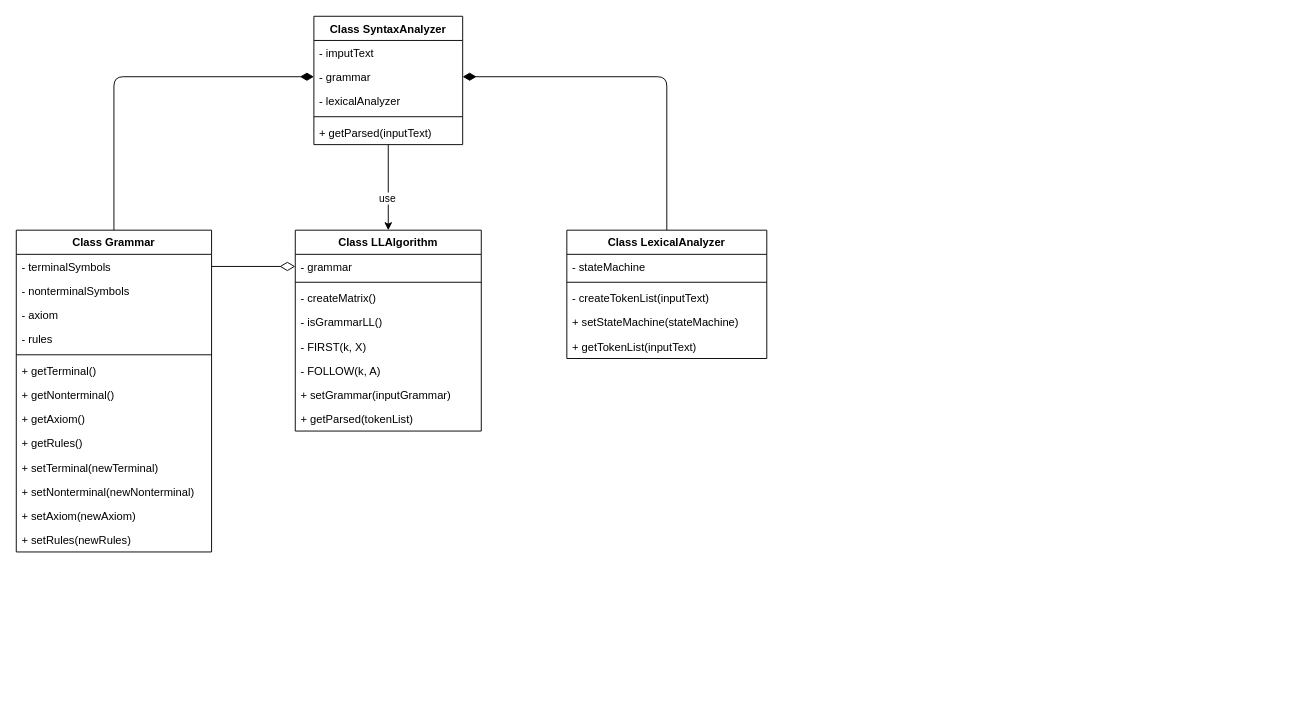
Earlier version of the draw.io diagram OOP.drawio (DieNice/CourseTranslator). Source tidied: cells renumbered, new cells numbered last; positions are measured from the earlier drawing's top-left corner, leaving out a move shared by most shapes. Both pictures are drawn from the tidied source at 93%, with x=0, y=0 at pixel (16, 16).
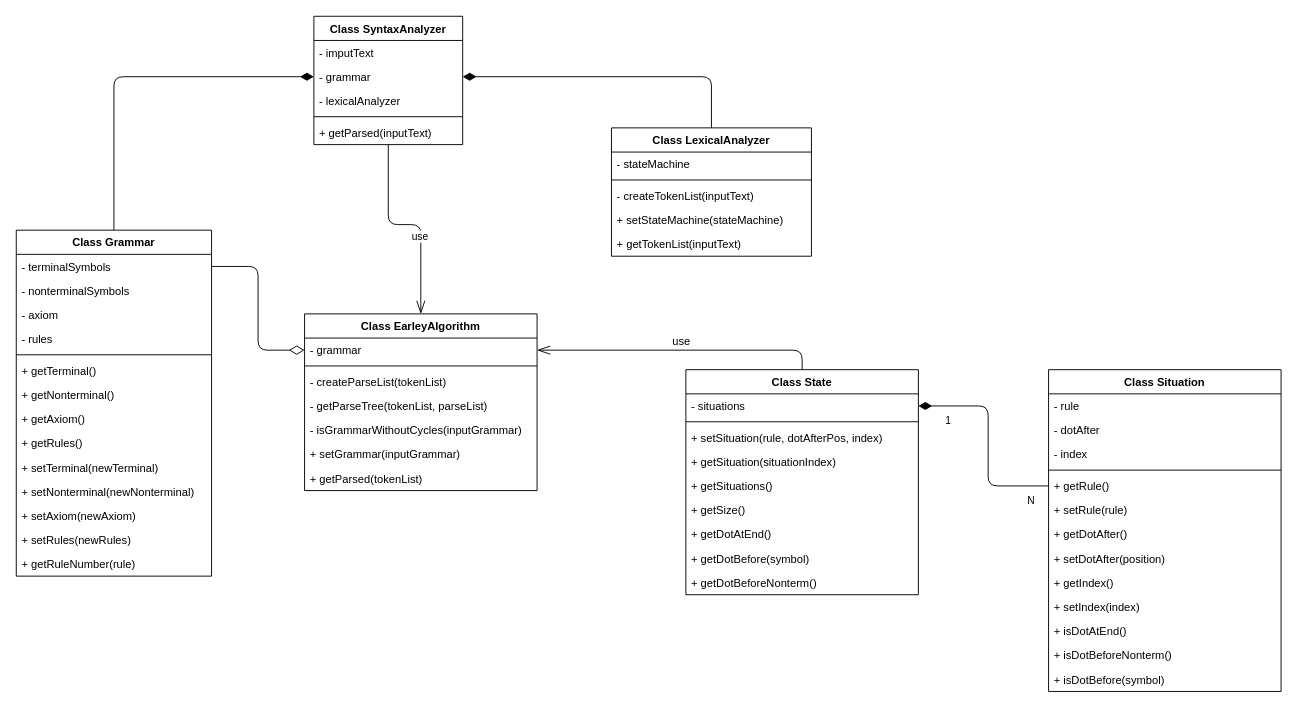
The same page after the edit.

Unchanged cells that the change refers to:
```xml
<mxCell id="34" value="Class SyntaxAnalyzer" style="swimlane;fontStyle=1;align=center;verticalAlign=top;horizontal=1;startSize=26;" parent="1" vertex="1">
  <mxGeometry x="320" width="160" height="138" as="geometry" />
</mxCell>
```

What changed in the source:
```diff
@@
     <mxCell id="3" value="Class Grammar" style="swimlane;fontStyle=1;align=center;verticalAlign=top;horizontal=1;startSize=26;" parent="1" vertex="1">
-      <mxGeometry y="230" width="210" height="346" as="geometry" />
+      <mxGeometry y="230" width="210" height="372" as="geometry" />
     </mxCell>
@@
-    <mxCell id="17" value="Class LLAlgorithm" style="swimlane;fontStyle=1;align=center;verticalAlign=top;horizontal=1;startSize=26;" parent="1" vertex="1">
-      <mxGeometry x="300" y="230" width="200" height="216" as="geometry" />
-    </mxCell>
-    <mxCell id="18" value="- grammar" style="text;strokeColor=none;fillColor=none;align=left;verticalAlign=top;spacingLeft=4;spacingRight=4;overflow=hidden;points=[[0,0.5],[1,0.5]];portConstraint=eastwest;" parent="17" vertex="1">
-      <mxGeometry y="26" width="200" height="26" as="geometry" />
-    </mxCell>
-    <mxCell id="19" style="line;strokeWidth=1;fillColor=none;align=left;verticalAlign=middle;spacingTop=-1;spacingLeft=3;spacingRight=3;labelPosition=right;" parent="17" vertex="1">
-      <mxGeometry y="52" width="200" height="8" as="geometry" />
-    </mxCell>
-    <mxCell id="20" value="- createMatrix()" style="text;strokeColor=none;fillColor=none;align=left;verticalAlign=top;spacingLeft=4;spacingRight=4;overflow=hidden;" parent="17" vertex="1">
-      <mxGeometry y="60" width="200" height="26" as="geometry" />
-    </mxCell>
-    <mxCell id="21" value="- isGrammarLL()" style="text;strokeColor=none;fillColor=none;align=left;verticalAlign=top;spacingLeft=4;spacingRight=4;overflow=hidden;" parent="17" vertex="1">
-      <mxGeometry y="86" width="200" height="26" as="geometry" />
-    </mxCell>
-    <mxCell id="22" value="- FIRST(k, X)" style="text;strokeColor=none;fillColor=none;align=left;verticalAlign=top;spacingLeft=4;spacingRight=4;overflow=hidden;" parent="17" vertex="1">
-      <mxGeometry y="112" width="200" height="26" as="geometry" />
-    </mxCell>
-    <mxCell id="23" value="- FOLLOW(k, A)" style="text;strokeColor=none;fillColor=none;align=left;verticalAlign=top;spacingLeft=4;spacingRight=4;overflow=hidden;" parent="17" vertex="1">
-      <mxGeometry y="138" width="200" height="26" as="geometry" />
-    </mxCell>
-    <mxCell id="24" value="+ setGrammar(inputGrammar)" style="text;strokeColor=none;fillColor=none;align=left;verticalAlign=top;spacingLeft=4;spacingRight=4;overflow=hidden;" parent="17" vertex="1">
-      <mxGeometry y="164" width="200" height="26" as="geometry" />
-    </mxCell>
-    <mxCell id="25" value="+ getParsed(tokenList)" style="text;strokeColor=none;fillColor=none;align=left;verticalAlign=top;spacingLeft=4;spacingRight=4;overflow=hidden;" parent="17" vertex="1">
-      <mxGeometry y="190" width="200" height="26" as="geometry" />
-    </mxCell>
-    <mxCell id="26" value="Class LexicalAnalyzer" style="swimlane;fontStyle=1;align=center;verticalAlign=top;horizontal=1;startSize=26;" parent="1" vertex="1">
-      <mxGeometry x="592" y="230" width="215" height="138" as="geometry" />
-    </mxCell>
-    <mxCell id="27" value="- stateMachine" style="text;strokeColor=none;fillColor=none;align=left;verticalAlign=top;spacingLeft=4;spacingRight=4;overflow=hidden;" parent="26" vertex="1">
-      <mxGeometry y="26" width="215" height="26" as="geometry" />
-    </mxCell>
-    <mxCell id="28" style="line;strokeWidth=1;fillColor=none;align=left;verticalAlign=middle;spacingTop=-1;spacingLeft=3;spacingRight=3;labelPosition=right;" parent="26" vertex="1">
-      <mxGeometry y="52" width="215" height="8" as="geometry" />
-    </mxCell>
-    <mxCell id="29" value="- createTokenList(inputText)" style="text;strokeColor=none;fillColor=none;align=left;verticalAlign=top;spacingLeft=4;spacingRight=4;overflow=hidden;" parent="26" vertex="1">
-      <mxGeometry y="60" width="215" height="26" as="geometry" />
-    </mxCell>
-    <mxCell id="30" value="+ setStateMachine(stateMachine)" style="text;strokeColor=none;fillColor=none;align=left;verticalAlign=top;spacingLeft=4;spacingRight=4;overflow=hidden;" parent="26" vertex="1">
-      <mxGeometry y="86" width="215" height="26" as="geometry" />
-    </mxCell>
-    <mxCell id="31" value="+ getTokenList(inputText)" style="text;strokeColor=none;fillColor=none;align=left;verticalAlign=top;spacingLeft=4;spacingRight=4;overflow=hidden;" parent="26" vertex="1">
-      <mxGeometry y="112" width="215" height="26" as="geometry" />
-    </mxCell>
+    <mxCell id="42" value="+ getRuleNumber(rule)" style="text;strokeColor=none;fillColor=none;align=left;verticalAlign=top;spacingLeft=4;spacingRight=4;overflow=hidden;" parent="3" vertex="1">
+      <mxGeometry y="346" width="210" height="26" as="geometry" />
+    </mxCell>
-    <mxCell id="32" style="edgeStyle=orthogonalEdgeStyle;rounded=0;jettySize=auto;html=1;entryX=0.5;entryY=0;entryDx=0;entryDy=0;" parent="1" edge="1" source="34" target="17">
+    <mxCell id="32" style="edgeStyle=orthogonalEdgeStyle;rounded=1;jettySize=auto;html=1;entryX=0.5;entryY=0;entryDx=0;entryDy=0;endArrow=openThin;endFill=0;endSize=12;" parent="1" edge="1" source="34" target="17">
       <mxGeometry relative="1" as="geometry" />
     </mxCell>
@@
+    <mxCell id="26" value="Class LexicalAnalyzer" style="swimlane;fontStyle=1;align=center;verticalAlign=top;horizontal=1;startSize=26;" parent="1" vertex="1">
+      <mxGeometry x="640" y="120" width="215" height="138" as="geometry" />
+    </mxCell>
+    <mxCell id="27" value="- stateMachine" style="text;strokeColor=none;fillColor=none;align=left;verticalAlign=top;spacingLeft=4;spacingRight=4;overflow=hidden;" parent="26" vertex="1">
+      <mxGeometry y="26" width="215" height="26" as="geometry" />
+    </mxCell>
+    <mxCell id="28" style="line;strokeWidth=1;fillColor=none;align=left;verticalAlign=middle;spacingTop=-1;spacingLeft=3;spacingRight=3;labelPosition=right;" parent="26" vertex="1">
+      <mxGeometry y="52" width="215" height="8" as="geometry" />
+    </mxCell>
+    <mxCell id="29" value="- createTokenList(inputText)" style="text;strokeColor=none;fillColor=none;align=left;verticalAlign=top;spacingLeft=4;spacingRight=4;overflow=hidden;" parent="26" vertex="1">
+      <mxGeometry y="60" width="215" height="26" as="geometry" />
+    </mxCell>
+    <mxCell id="30" value="+ setStateMachine(stateMachine)" style="text;strokeColor=none;fillColor=none;align=left;verticalAlign=top;spacingLeft=4;spacingRight=4;overflow=hidden;" parent="26" vertex="1">
+      <mxGeometry y="86" width="215" height="26" as="geometry" />
+    </mxCell>
+    <mxCell id="31" value="+ getTokenList(inputText)" style="text;strokeColor=none;fillColor=none;align=left;verticalAlign=top;spacingLeft=4;spacingRight=4;overflow=hidden;" parent="26" vertex="1">
+      <mxGeometry y="112" width="215" height="26" as="geometry" />
+    </mxCell>
+    <mxCell id="17" value="Class EarleyAlgorithm" style="swimlane;fontStyle=1;align=center;verticalAlign=top;horizontal=1;startSize=26;" parent="1" vertex="1">
+      <mxGeometry x="310" y="320" width="250" height="190" as="geometry" />
+    </mxCell>
+    <mxCell id="18" value="- grammar" style="text;strokeColor=none;fillColor=none;align=left;verticalAlign=top;spacingLeft=4;spacingRight=4;overflow=hidden;points=[[0,0.5],[1,0.5]];portConstraint=eastwest;" parent="17" vertex="1">
+      <mxGeometry y="26" width="250" height="26" as="geometry" />
+    </mxCell>
+    <mxCell id="19" style="line;strokeWidth=1;fillColor=none;align=left;verticalAlign=middle;spacingTop=-1;spacingLeft=3;spacingRight=3;labelPosition=right;" parent="17" vertex="1">
+      <mxGeometry y="52" width="250" height="8" as="geometry" />
+    </mxCell>
+    <mxCell id="20" value="- createParseList(tokenList)" style="text;strokeColor=none;fillColor=none;align=left;verticalAlign=top;spacingLeft=4;spacingRight=4;overflow=hidden;" parent="17" vertex="1">
+      <mxGeometry y="60" width="250" height="26" as="geometry" />
+    </mxCell>
+    <mxCell id="22" value="- getParseTree(tokenList, parseList)" style="text;strokeColor=none;fillColor=none;align=left;verticalAlign=top;spacingLeft=4;spacingRight=4;overflow=hidden;" parent="17" vertex="1">
+      <mxGeometry y="86" width="250" height="26" as="geometry" />
+    </mxCell>
+    <mxCell id="21" value="- isGrammarWithoutCycles(inputGrammar)" style="text;strokeColor=none;fillColor=none;align=left;verticalAlign=top;spacingLeft=4;spacingRight=4;overflow=hidden;" parent="17" vertex="1">
+      <mxGeometry y="112" width="250" height="26" as="geometry" />
+    </mxCell>
+    <mxCell id="24" value="+ setGrammar(inputGrammar)" style="text;strokeColor=none;fillColor=none;align=left;verticalAlign=top;spacingLeft=4;spacingRight=4;overflow=hidden;" parent="17" vertex="1">
+      <mxGeometry y="138" width="250" height="26" as="geometry" />
+    </mxCell>
+    <mxCell id="25" value="+ getParsed(tokenList)" style="text;strokeColor=none;fillColor=none;align=left;verticalAlign=top;spacingLeft=4;spacingRight=4;overflow=hidden;" parent="17" vertex="1">
+      <mxGeometry y="164" width="250" height="26" as="geometry" />
+    </mxCell>
+    <mxCell id="43" value="Class Situation" style="swimlane;fontStyle=1;align=center;verticalAlign=top;horizontal=1;startSize=26;" parent="1" vertex="1">
+      <mxGeometry x="1110" y="380" width="250" height="346" as="geometry" />
+    </mxCell>
+    <mxCell id="44" value="- rule" style="text;strokeColor=none;fillColor=none;align=left;verticalAlign=top;spacingLeft=4;spacingRight=4;overflow=hidden;" parent="43" vertex="1">
+      <mxGeometry y="26" width="250" height="26" as="geometry" />
+    </mxCell>
+    <mxCell id="45" value="- dotAfter" style="text;strokeColor=none;fillColor=none;align=left;verticalAlign=top;spacingLeft=4;spacingRight=4;overflow=hidden;" parent="43" vertex="1">
+      <mxGeometry y="52" width="250" height="26" as="geometry" />
+    </mxCell>
+    <mxCell id="46" value="- index" style="text;strokeColor=none;fillColor=none;align=left;verticalAlign=top;spacingLeft=4;spacingRight=4;overflow=hidden;" parent="43" vertex="1">
+      <mxGeometry y="78" width="250" height="26" as="geometry" />
+    </mxCell>
+    <mxCell id="47" style="line;strokeWidth=1;fillColor=none;align=left;verticalAlign=middle;spacingTop=-1;spacingLeft=3;spacingRight=3;labelPosition=right;" parent="43" vertex="1">
+      <mxGeometry y="104" width="250" height="8" as="geometry" />
+    </mxCell>
+    <mxCell id="48" value="+ getRule()" style="text;strokeColor=none;fillColor=none;align=left;verticalAlign=top;spacingLeft=4;spacingRight=4;overflow=hidden;points=[[0,0.5],[1,0.5]];portConstraint=eastwest;" parent="43" vertex="1">
+      <mxGeometry y="112" width="250" height="26" as="geometry" />
+    </mxCell>
+    <mxCell id="49" value="+ setRule(rule)" style="text;strokeColor=none;fillColor=none;align=left;verticalAlign=top;spacingLeft=4;spacingRight=4;overflow=hidden;" parent="43" vertex="1">
+      <mxGeometry y="138" width="250" height="26" as="geometry" />
+    </mxCell>
+    <mxCell id="50" value="+ getDotAfter()" style="text;strokeColor=none;fillColor=none;align=left;verticalAlign=top;spacingLeft=4;spacingRight=4;overflow=hidden;" parent="43" vertex="1">
+      <mxGeometry y="164" width="250" height="26" as="geometry" />
+    </mxCell>
+    <mxCell id="51" value="+ setDotAfter(position)" style="text;strokeColor=none;fillColor=none;align=left;verticalAlign=top;spacingLeft=4;spacingRight=4;overflow=hidden;" parent="43" vertex="1">
+      <mxGeometry y="190" width="250" height="26" as="geometry" />
+    </mxCell>
+    <mxCell id="52" value="+ getIndex()" style="text;strokeColor=none;fillColor=none;align=left;verticalAlign=top;spacingLeft=4;spacingRight=4;overflow=hidden;" parent="43" vertex="1">
+      <mxGeometry y="216" width="250" height="26" as="geometry" />
+    </mxCell>
+    <mxCell id="53" value="+ setIndex(index)" style="text;strokeColor=none;fillColor=none;align=left;verticalAlign=top;spacingLeft=4;spacingRight=4;overflow=hidden;" parent="43" vertex="1">
+      <mxGeometry y="242" width="250" height="26" as="geometry" />
+    </mxCell>
+    <mxCell id="54" value="+ isDotAtEnd()" style="text;strokeColor=none;fillColor=none;align=left;verticalAlign=top;spacingLeft=4;spacingRight=4;overflow=hidden;" parent="43" vertex="1">
+      <mxGeometry y="268" width="250" height="26" as="geometry" />
+    </mxCell>
+    <mxCell id="55" value="+ isDotBeforeNonterm()" style="text;strokeColor=none;fillColor=none;align=left;verticalAlign=top;spacingLeft=4;spacingRight=4;overflow=hidden;" parent="43" vertex="1">
+      <mxGeometry y="294" width="250" height="26" as="geometry" />
+    </mxCell>
+    <mxCell id="56" value="+ isDotBefore(symbol)" style="text;strokeColor=none;fillColor=none;align=left;verticalAlign=top;spacingLeft=4;spacingRight=4;overflow=hidden;" parent="43" vertex="1">
+      <mxGeometry y="320" width="250" height="26" as="geometry" />
+    </mxCell>
+    <mxCell id="57" style="edgeStyle=orthogonalEdgeStyle;rounded=1;jettySize=auto;html=1;entryX=1;entryY=0.5;entryDx=0;entryDy=0;endArrow=openThin;endFill=0;endSize=12;" parent="1" edge="1" source="58" target="18">
+      <mxGeometry relative="1" as="geometry" />
+    </mxCell>
+    <mxCell id="58" value="Class State" style="swimlane;fontStyle=1;align=center;verticalAlign=top;horizontal=1;startSize=26;" parent="1" vertex="1">
+      <mxGeometry x="720" y="380" width="250" height="242" as="geometry" />
+    </mxCell>
+    <mxCell id="59" value="- situations" style="text;strokeColor=none;fillColor=none;align=left;verticalAlign=top;spacingLeft=4;spacingRight=4;overflow=hidden;points=[[0,0.5],[1,0.5]];portConstraint=eastwest;" parent="58" vertex="1">
+      <mxGeometry y="26" width="250" height="26" as="geometry" />
+    </mxCell>
+    <mxCell id="60" style="line;strokeWidth=1;fillColor=none;align=left;verticalAlign=middle;spacingTop=-1;spacingLeft=3;spacingRight=3;labelPosition=right;" parent="58" vertex="1">
+      <mxGeometry y="52" width="250" height="8" as="geometry" />
+    </mxCell>
+    <mxCell id="61" value="+ setSituation(rule, dotAfterPos, index)" style="text;strokeColor=none;fillColor=none;align=left;verticalAlign=top;spacingLeft=4;spacingRight=4;overflow=hidden;" parent="58" vertex="1">
+      <mxGeometry y="60" width="250" height="26" as="geometry" />
+    </mxCell>
+    <mxCell id="62" value="+ getSituation(situationIndex)" style="text;strokeColor=none;fillColor=none;align=left;verticalAlign=top;spacingLeft=4;spacingRight=4;overflow=hidden;" parent="58" vertex="1">
+      <mxGeometry y="86" width="250" height="26" as="geometry" />
+    </mxCell>
+    <mxCell id="63" value="+ getSituations()" style="text;strokeColor=none;fillColor=none;align=left;verticalAlign=top;spacingLeft=4;spacingRight=4;overflow=hidden;" parent="58" vertex="1">
+      <mxGeometry y="112" width="250" height="26" as="geometry" />
+    </mxCell>
+    <mxCell id="64" value="+ getSize()" style="text;strokeColor=none;fillColor=none;align=left;verticalAlign=top;spacingLeft=4;spacingRight=4;overflow=hidden;" parent="58" vertex="1">
+      <mxGeometry y="138" width="250" height="26" as="geometry" />
+    </mxCell>
+    <mxCell id="65" value="+ getDotAtEnd()" style="text;strokeColor=none;fillColor=none;align=left;verticalAlign=top;spacingLeft=4;spacingRight=4;overflow=hidden;" parent="58" vertex="1">
+      <mxGeometry y="164" width="250" height="26" as="geometry" />
+    </mxCell>
+    <mxCell id="66" value="+ getDotBefore(symbol)" style="text;strokeColor=none;fillColor=none;align=left;verticalAlign=top;spacingLeft=4;spacingRight=4;overflow=hidden;" parent="58" vertex="1">
+      <mxGeometry y="190" width="250" height="26" as="geometry" />
+    </mxCell>
+    <mxCell id="67" value="+ getDotBeforeNonterm()" style="text;strokeColor=none;fillColor=none;align=left;verticalAlign=top;spacingLeft=4;spacingRight=4;overflow=hidden;" parent="58" vertex="1">
+      <mxGeometry y="216" width="250" height="26" as="geometry" />
+    </mxCell>
+    <mxCell id="68" style="edgeStyle=orthogonalEdgeStyle;rounded=1;jettySize=auto;html=1;entryX=1;entryY=0.5;entryDx=0;entryDy=0;endArrow=diamondThin;endFill=1;endSize=12;" parent="1" edge="1" source="48" target="59">
+      <mxGeometry relative="1" as="geometry" />
+    </mxCell>
+    <mxCell id="69" value="1" style="edgeLabel;html=1;align=center;verticalAlign=middle;" parent="68" vertex="1">
+      <mxGeometry x="0.73" y="2" relative="1" as="geometry">
+        <mxPoint y="13" as="offset" />
+      </mxGeometry>
+    </mxCell>
+    <mxCell id="70" value="N" style="edgeLabel;html=1;align=center;verticalAlign=middle;" parent="68" vertex="1">
+      <mxGeometry x="-0.82" y="-2" relative="1" as="geometry">
+        <mxPoint y="17" as="offset" />
+      </mxGeometry>
+    </mxCell>
+    <mxCell id="71" value="use" style="text;html=1;align=center;verticalAlign=middle;" parent="1" vertex="1">
+      <mxGeometry x="700" y="340" width="30" height="20" as="geometry" />
+    </mxCell>
```
